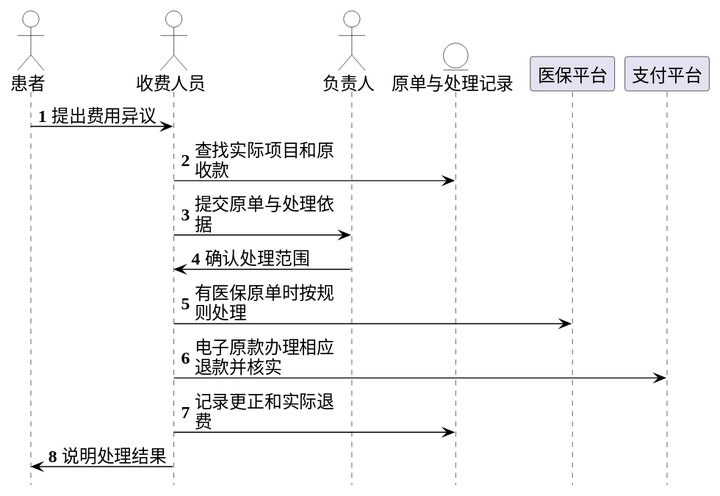
Before: 01-需求文档/diagrams/integrated-20261019/business-current-7.svg, a diagram exported from PlantUML (Shawmc-creator/systemAnalyseAndDesign). Its source is kept beside it as 01-需求文档/diagrams/integrated-20261019/business-current-7.puml. Its diagram source:
```plantuml
@startuml
skinparam backgroundColor white
skinparam shadowing false
skinparam defaultFontName SimSun
skinparam defaultFontSize 17
skinparam ArrowColor black
skinparam ClassBackgroundColor white
skinparam ActorBackgroundColor white
skinparam BoundaryBackgroundColor white
skinparam ControlBackgroundColor white
skinparam EntityBackgroundColor white
skinparam NoteBackgroundColor white
skinparam NoteBorderColor black
skinparam classAttributeIconSize 0
skinparam nodesep 24
skinparam ranksep 34
hide footbox
autonumber
skinparam maxMessageSize 150
actor "患者" as A0
actor "收费人员" as A1
actor "负责人" as A2
entity "原单与处理记录" as A3
participant "医保平台" as A4
participant "支付平台" as A5
A0 -> A1 : 提出费用异议
A1 -> A3 : 查找实际项目和原收款
A1 -> A2 : 提交原单与处理依据
A2 -> A1 : 确认处理范围
A1 -> A4 : 有医保原单时按规则处理
A1 -> A5 : 电子原款办理相应退款并核实
A1 -> A3 : 记录更正和实际退费
A1 -> A0 : 说明处理结果

@enduml
```
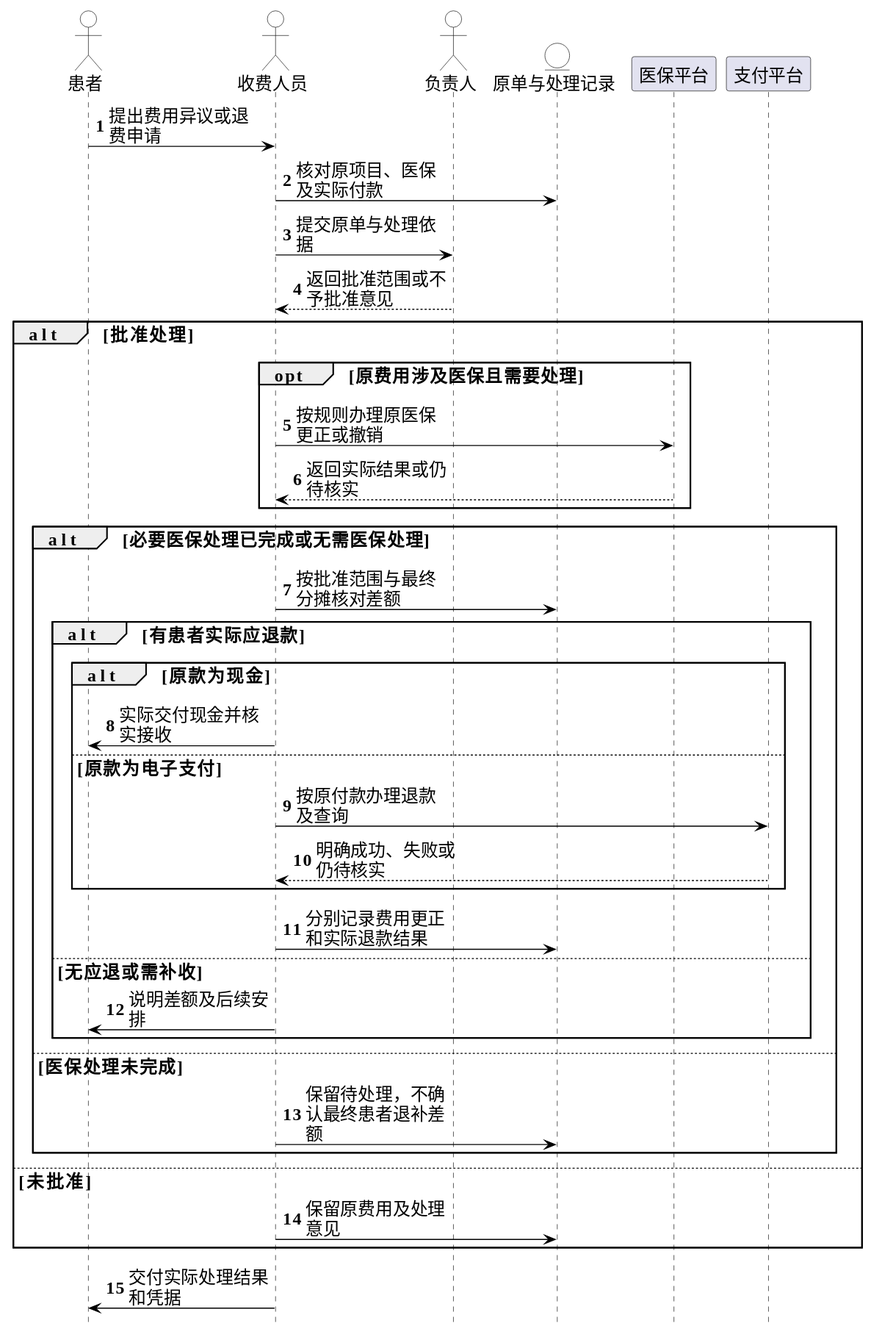
Above is the later version.

Diff of the diagram source:
```diff
@@ -17,19 +17,40 @@
 hide footbox
 autonumber
 skinparam maxMessageSize 150
-actor "患者" as A0
-actor "收费人员" as A1
-actor "负责人" as A2
-entity "原单与处理记录" as A3
-participant "医保平台" as A4
-participant "支付平台" as A5
-A0 -> A1 : 提出费用异议
-A1 -> A3 : 查找实际项目和原收款
-A1 -> A2 : 提交原单与处理依据
-A2 -> A1 : 确认处理范围
-A1 -> A4 : 有医保原单时按规则处理
-A1 -> A5 : 电子原款办理相应退款并核实
-A1 -> A3 : 记录更正和实际退费
-A1 -> A0 : 说明处理结果
+actor "患者" as P
+actor "收费人员" as C
+actor "负责人" as M
+entity "原单与处理记录" as R
+participant "医保平台" as I
+participant "支付平台" as Pay
+P -> C : 提出费用异议或退费申请
+C -> R : 核对原项目、医保及实际付款
+C -> M : 提交原单与处理依据
+M --> C : 返回批准范围或不予批准意见
+alt 批准处理
+ opt 原费用涉及医保且需要处理
+  C -> I : 按规则办理原医保更正或撤销
+  I --> C : 返回实际结果或仍待核实
+ end
+ alt 必要医保处理已完成或无需医保处理
+  C -> R : 按批准范围与最终分摊核对差额
+  alt 有患者实际应退款
+   alt 原款为现金
+    C -> P : 实际交付现金并核实接收
+   else 原款为电子支付
+    C -> Pay : 按原付款办理退款及查询
+    Pay --> C : 明确成功、失败或仍待核实
+   end
+   C -> R : 分别记录费用更正和实际退款结果
+  else 无应退或需补收
+   C -> P : 说明差额及后续安排
+  end
+ else 医保处理未完成
+  C -> R : 保留待处理，不确认最终患者退补差额
+ end
+else 未批准
+ C -> R : 保留原费用及处理意见
+end
+C -> P : 交付实际处理结果和凭据
 
 @enduml
```
